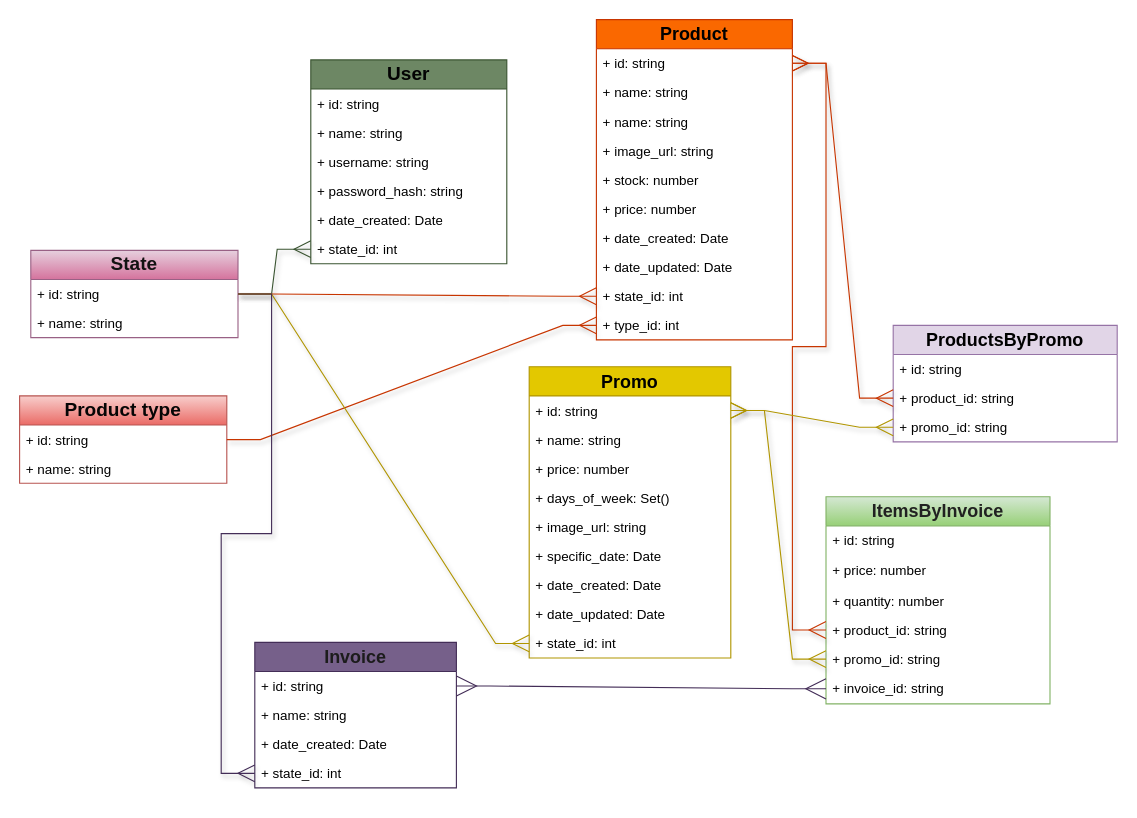
Above: page "data-base" (1 of 3) of rest.drawio in KaguilarA/bar_and_rest_DB (draw.io), before the change. Source tidied: cells renumbered, new cells numbered last; positions are measured from the earlier drawing's top-left corner, leaving out a move shared by most shapes. Both pictures are drawn from the tidied source at 112%, with x=0, y=0 at pixel (19, 19).
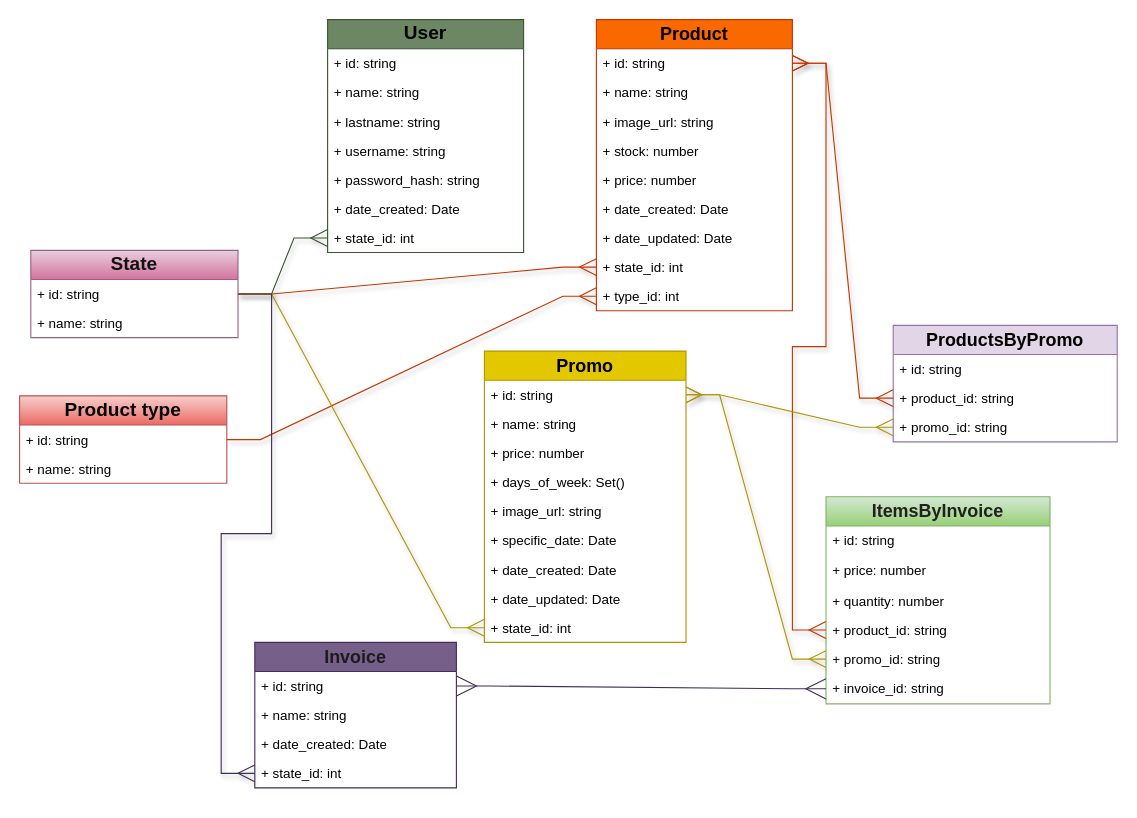
After the change.

Change to the diagram source:
```diff
@@
     <mxCell id="2" value="&lt;span style=&quot;font-weight: 700;&quot;&gt;&lt;font color=&quot;#030303&quot; style=&quot;font-size: 17px;&quot;&gt;User&lt;/font&gt;&lt;/span&gt;" style="swimlane;fontStyle=0;horizontal=1;startSize=26;fillColor=#6d8764;whiteSpace=wrap;html=1;fontColor=#ffffff;strokeColor=#3A5431;" parent="1" vertex="1">
-      <mxGeometry x="260" y="36" width="175" height="182" as="geometry" />
+      <mxGeometry x="275" width="175" height="208" as="geometry" />
     </mxCell>
@@
+    <mxCell id="62" value="+ lastname: string" style="text;strokeColor=none;fillColor=none;align=left;verticalAlign=top;spacingLeft=4;spacingRight=4;overflow=hidden;whiteSpace=wrap;html=1;" parent="2" vertex="1">
+      <mxGeometry y="78" width="175" height="26" as="geometry" />
+    </mxCell>
     <mxCell id="5" value="+ username: string" style="text;strokeColor=none;fillColor=none;align=left;verticalAlign=top;spacingLeft=4;spacingRight=4;overflow=hidden;whiteSpace=wrap;html=1;" parent="2" vertex="1">
-      <mxGeometry y="78" width="175" height="26" as="geometry" />
+      <mxGeometry y="104" width="175" height="26" as="geometry" />
     </mxCell>
     <mxCell id="6" value="+ password_hash: string" style="text;strokeColor=none;fillColor=none;align=left;verticalAlign=top;spacingLeft=4;spacingRight=4;overflow=hidden;whiteSpace=wrap;html=1;" parent="2" vertex="1">
-      <mxGeometry y="104" width="175" height="26" as="geometry" />
+      <mxGeometry y="130" width="175" height="26" as="geometry" />
     </mxCell>
     <mxCell id="7" value="+ date_created: Date" style="text;strokeColor=none;fillColor=none;align=left;verticalAlign=top;spacingLeft=4;spacingRight=4;overflow=hidden;whiteSpace=wrap;html=1;" parent="2" vertex="1">
-      <mxGeometry y="130" width="175" height="26" as="geometry" />
+      <mxGeometry y="156" width="175" height="26" as="geometry" />
     </mxCell>
     <mxCell id="8" value="+ state_id: int" style="text;strokeColor=none;fillColor=none;align=left;verticalAlign=top;spacingLeft=4;spacingRight=4;overflow=hidden;points=[[0,0.5],[1,0.5]];portConstraint=eastwest;whiteSpace=wrap;html=1;" parent="2" vertex="1">
-      <mxGeometry y="156" width="175" height="26" as="geometry" />
+      <mxGeometry y="182" width="175" height="26" as="geometry" />
     </mxCell>
     <mxCell id="9" value="&lt;font style=&quot;font-size: 16px;&quot;&gt;&lt;b&gt;Product&lt;/b&gt;&lt;/font&gt;" style="swimlane;fontStyle=0;horizontal=1;startSize=26;fillColor=#fa6800;whiteSpace=wrap;html=1;fontColor=#000000;strokeColor=#C73500;" parent="1" vertex="1">
-      <mxGeometry x="515" width="175" height="286" as="geometry" />
+      <mxGeometry x="515" width="175" height="260" as="geometry" />
     </mxCell>
@@
-    <mxCell id="12" value="+ name: string" style="text;strokeColor=none;fillColor=none;align=left;verticalAlign=top;spacingLeft=4;spacingRight=4;overflow=hidden;whiteSpace=wrap;html=1;" parent="9" vertex="1">
-      <mxGeometry y="78" width="175" height="26" as="geometry" />
-    </mxCell>
     <mxCell id="13" value="+ image_url: string" style="text;strokeColor=none;fillColor=none;align=left;verticalAlign=top;spacingLeft=4;spacingRight=4;overflow=hidden;whiteSpace=wrap;html=1;" parent="9" vertex="1">
-      <mxGeometry y="104" width="175" height="26" as="geometry" />
+      <mxGeometry y="78" width="175" height="26" as="geometry" />
     </mxCell>
     <mxCell id="14" value="+ stock: number" style="text;strokeColor=none;fillColor=none;align=left;verticalAlign=top;spacingLeft=4;spacingRight=4;overflow=hidden;whiteSpace=wrap;html=1;" parent="9" vertex="1">
-      <mxGeometry y="130" width="175" height="26" as="geometry" />
+      <mxGeometry y="104" width="175" height="26" as="geometry" />
     </mxCell>
     <mxCell id="15" value="+ price: number" style="text;strokeColor=none;fillColor=none;align=left;verticalAlign=top;spacingLeft=4;spacingRight=4;overflow=hidden;whiteSpace=wrap;html=1;" parent="9" vertex="1">
-      <mxGeometry y="156" width="175" height="26" as="geometry" />
+      <mxGeometry y="130" width="175" height="26" as="geometry" />
     </mxCell>
     <mxCell id="16" value="+ date_created: Date" style="text;strokeColor=none;fillColor=none;align=left;verticalAlign=top;spacingLeft=4;spacingRight=4;overflow=hidden;whiteSpace=wrap;html=1;" parent="9" vertex="1">
-      <mxGeometry y="182" width="175" height="26" as="geometry" />
+      <mxGeometry y="156" width="175" height="26" as="geometry" />
     </mxCell>
     <mxCell id="17" value="+ date_updated: Date" style="text;strokeColor=none;fillColor=none;align=left;verticalAlign=top;spacingLeft=4;spacingRight=4;overflow=hidden;whiteSpace=wrap;html=1;" parent="9" vertex="1">
-      <mxGeometry y="208" width="175" height="26" as="geometry" />
+      <mxGeometry y="182" width="175" height="26" as="geometry" />
     </mxCell>
     <mxCell id="18" value="+ state_id: int" style="text;strokeColor=none;fillColor=none;align=left;verticalAlign=top;spacingLeft=4;spacingRight=4;overflow=hidden;points=[[0,0.5],[1,0.5]];portConstraint=eastwest;whiteSpace=wrap;html=1;" parent="9" vertex="1">
-      <mxGeometry y="234" width="175" height="26" as="geometry" />
+      <mxGeometry y="208" width="175" height="26" as="geometry" />
     </mxCell>
     <mxCell id="19" value="+ type_id: int" style="text;strokeColor=none;fillColor=none;align=left;verticalAlign=top;spacingLeft=4;spacingRight=4;overflow=hidden;points=[[0,0.5],[1,0.5]];portConstraint=eastwest;whiteSpace=wrap;html=1;" parent="9" vertex="1">
-      <mxGeometry y="260" width="175" height="26" as="geometry" />
+      <mxGeometry y="234" width="175" height="26" as="geometry" />
     </mxCell>
@@
     <mxCell id="43" value="&lt;font style=&quot;font-size: 16px;&quot;&gt;&lt;b&gt;Promo&lt;/b&gt;&lt;/font&gt;" style="swimlane;fontStyle=0;horizontal=1;startSize=26;fillColor=#e3c800;whiteSpace=wrap;html=1;fontColor=#000000;strokeColor=#B09500;" parent="1" vertex="1">
-      <mxGeometry x="455" y="310" width="180" height="260" as="geometry" />
+      <mxGeometry x="415" y="296" width="180" height="260" as="geometry" />
     </mxCell>
```
